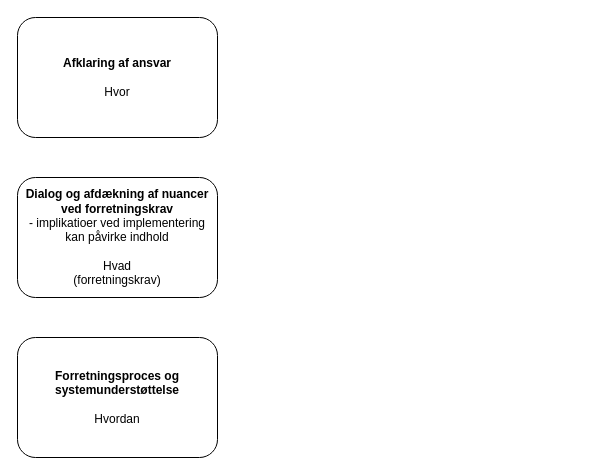
This is Decision Diagram.drawio from Zaladk/drawio, a draw.io file, before an edit. Source tidied: cells renumbered, new cells numbered last; positions are measured from the earlier drawing's top-left corner, leaving out a move shared by most shapes. Both pictures are drawn from the tidied source at 100%, with x=0, y=0 at pixel (17, 17).
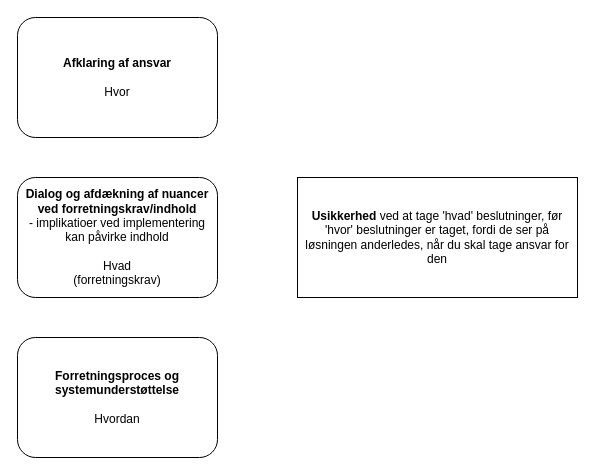
The same page after the edit.

Diff of the diagram source:
```diff
@@
 <mxGraphModel>
   <root>
     <mxCell id="0" />
     <mxCell id="1" parent="0" />
     <mxCell id="2" value="&lt;b&gt;Afklaring af ansvar&lt;/b&gt;&lt;div&gt;&lt;br&gt;&lt;/div&gt;&lt;div&gt;Hvor&lt;/div&gt;" style="rounded=1;whiteSpace=wrap;html=1;" parent="1" vertex="1">
       <mxGeometry width="200" height="120" as="geometry" />
     </mxCell>
-    <mxCell id="3" value="&lt;b&gt;Dialog og afdækning af nuancer ved forretningskrav&lt;/b&gt;&lt;div&gt;- implikatioer ved implementering kan påvirke indhold&lt;/div&gt;&lt;div&gt;&lt;br&gt;&lt;/div&gt;&lt;div&gt;Hvad&lt;/div&gt;&lt;div&gt;(forretningskrav)&lt;/div&gt;" style="rounded=1;whiteSpace=wrap;html=1;" parent="1" vertex="1">
+    <mxCell id="3" value="&lt;b&gt;Dialog og afdækning af nuancer ved forretningskrav/indhold&lt;/b&gt;&lt;div&gt;- implikatioer ved implementering kan påvirke indhold&lt;/div&gt;&lt;div&gt;&lt;br&gt;&lt;/div&gt;&lt;div&gt;Hvad&lt;/div&gt;&lt;div&gt;(forretningskrav)&lt;/div&gt;" style="rounded=1;whiteSpace=wrap;html=1;" parent="1" vertex="1">
       <mxGeometry y="160" width="200" height="120" as="geometry" />
     </mxCell>
     <mxCell id="4" value="&lt;div&gt;&lt;b&gt;Forretningsproces og systemunderstøttelse&lt;/b&gt;&lt;/div&gt;&lt;div&gt;&lt;br&gt;&lt;/div&gt;&lt;div&gt;Hvordan&lt;/div&gt;" style="rounded=1;whiteSpace=wrap;html=1;" parent="1" vertex="1">
       <mxGeometry y="320" width="200" height="120" as="geometry" />
     </mxCell>
+    <mxCell id="5" value="&lt;b&gt;Usikkerhed &lt;/b&gt;ved at tage 'hvad' beslutninger, før 'hvor' beslutninger er taget, fordi de ser på løsningen anderledes, når du skal tage ansvar for den" style="rounded=0;whiteSpace=wrap;html=1;" parent="1" vertex="1">
+      <mxGeometry x="280" y="160" width="280" height="120" as="geometry" />
+    </mxCell>
   </root>
 </mxGraphModel>
```
